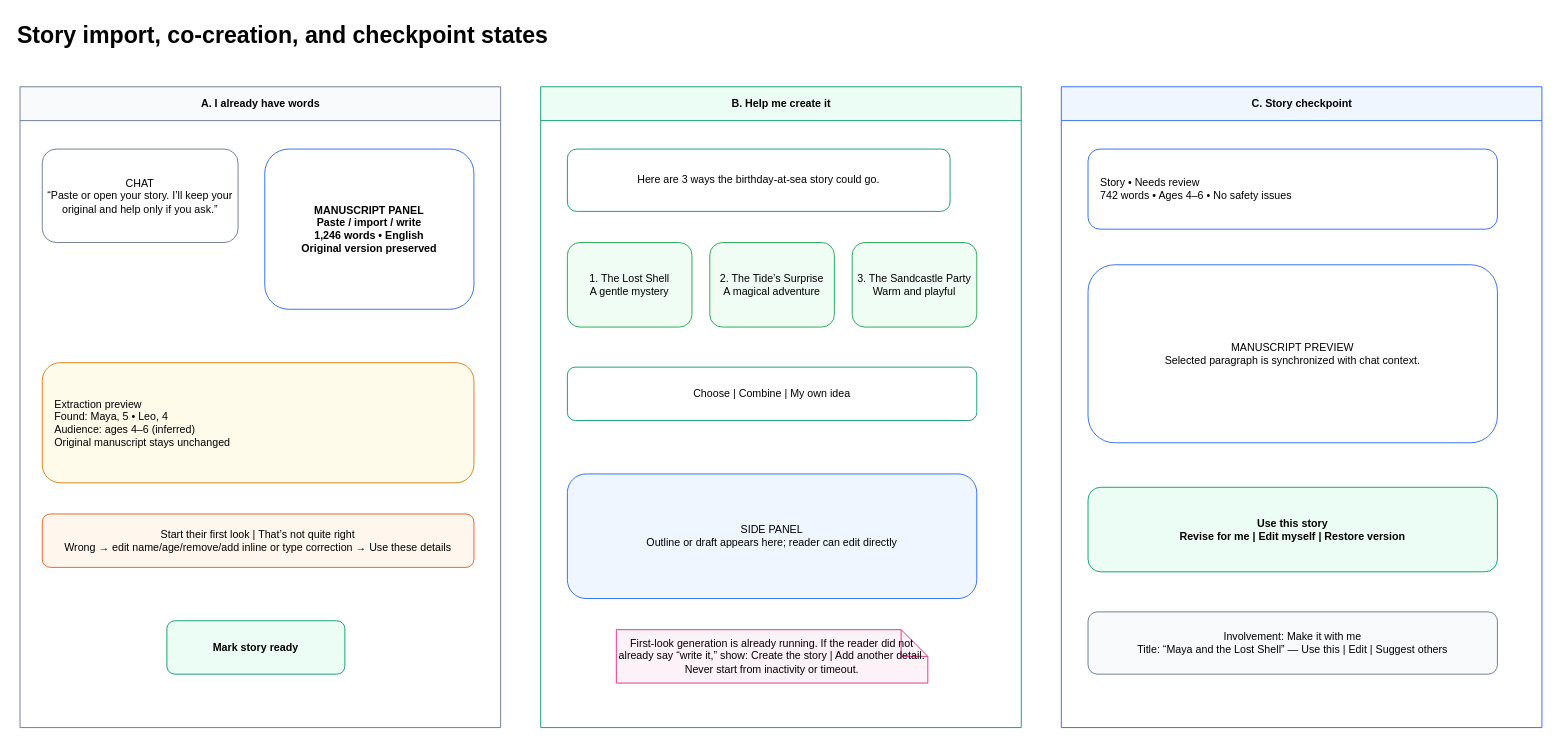
HutzelFutzel/childbooks keeps this draw.io diagram as page "2. Story states" (3 of 12) of docs/STUDIO-GUIDE-UI-STATES.drawio. Above is the earlier version. Source tidied: cells renumbered, new cells numbered last; positions are measured from the earlier drawing's top-left corner, leaving out a move shared by most shapes. Both pictures are drawn from the tidied source at 89%, with x=0, y=0 at pixel (15, 15).
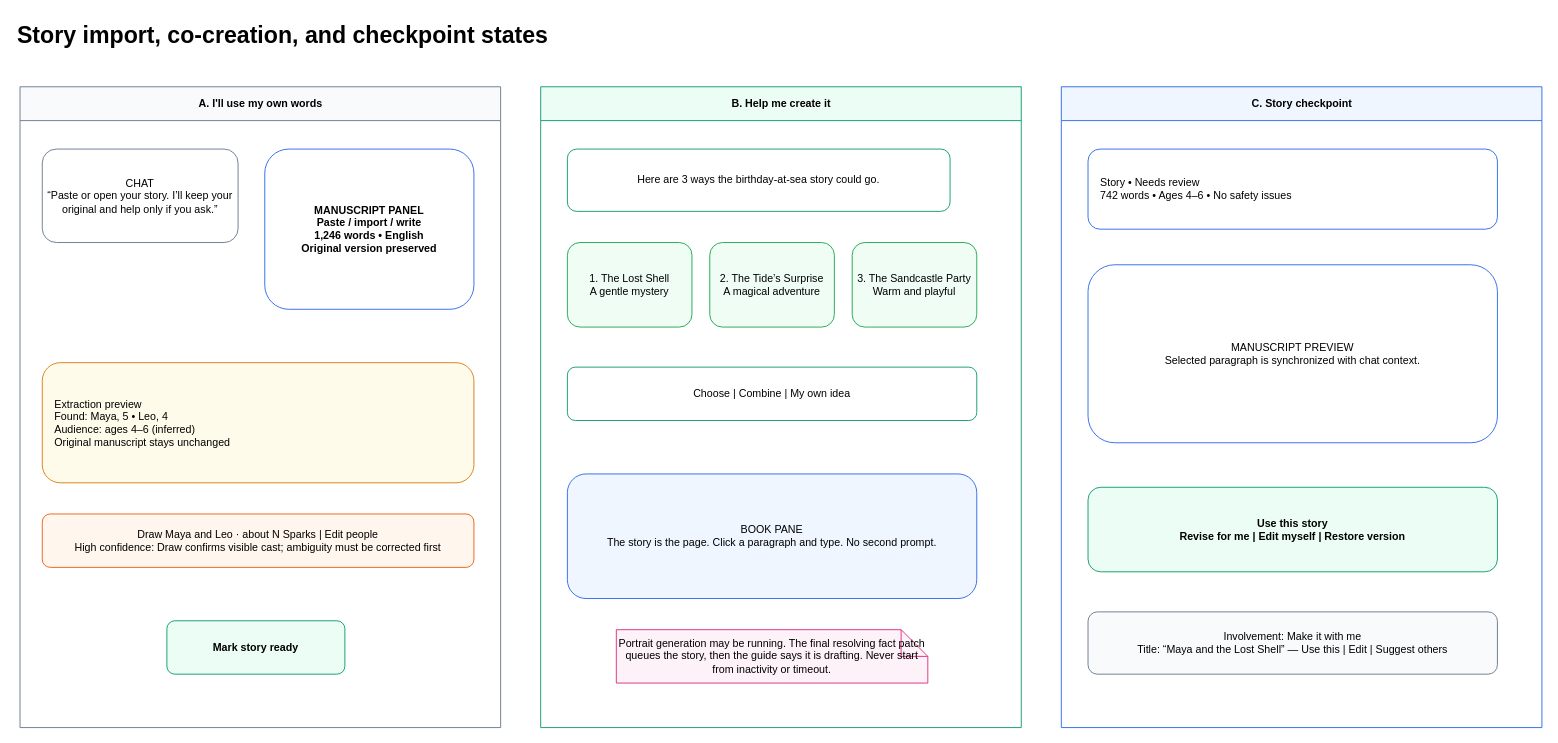
After the change.

Unchanged cells that the change refers to:
```xml
<mxCell id="9" value="B. Help me create it" style="swimlane;html=1;startSize=38;fillColor=#ECFDF5;strokeColor=#059669;fontStyle=1;" parent="1" vertex="1">
  <mxGeometry x="590" y="80" width="540" height="720" as="geometry" />
</mxCell>
```

What changed in the source:
```diff
@@
-    <mxCell id="3" value="A. I already have words" style="swimlane;html=1;startSize=38;fillColor=#F8FAFC;strokeColor=#64748B;fontStyle=1;" parent="1" vertex="1">
+    <mxCell id="3" value="A. I'll use my own words" style="swimlane;html=1;startSize=38;fillColor=#F8FAFC;strokeColor=#64748B;fontStyle=1;" parent="1" vertex="1">
       <mxGeometry x="5" y="80" width="540" height="720" as="geometry" />
     </mxCell>
@@
-    <mxCell id="7" value="Start their first look  |  That’s not quite right&#10;Wrong → edit name/age/remove/add inline or type correction → Use these details" style="rounded=1;whiteSpace=wrap;html=1;fillColor=#FFF7ED;strokeColor=#EA580C;" parent="3" vertex="1">
+    <mxCell id="7" value="Draw Maya and Leo · about N Sparks  |  Edit people&#10;High confidence: Draw confirms visible cast; ambiguity must be corrected first" style="rounded=1;whiteSpace=wrap;html=1;fillColor=#FFF7ED;strokeColor=#EA580C;" parent="3" vertex="1">
       <mxGeometry x="25" y="480" width="485" height="60" as="geometry" />
     </mxCell>
@@
-    <mxCell id="15" value="SIDE PANEL&#10;Outline or draft appears here; reader can edit directly" style="rounded=1;whiteSpace=wrap;html=1;fillColor=#EFF6FF;strokeColor=#2563EB;" parent="9" vertex="1">
+    <mxCell id="15" value="BOOK PANE&#10;The story is the page. Click a paragraph and type. No second prompt." style="rounded=1;whiteSpace=wrap;html=1;fillColor=#EFF6FF;strokeColor=#2563EB;" parent="9" vertex="1">
       <mxGeometry x="30" y="435" width="460" height="140" as="geometry" />
     </mxCell>
-    <mxCell id="16" value="First-look generation is already running. If the reader did not already say “write it,” show: Create the story | Add another detail. Never start from inactivity or timeout." style="shape=note;whiteSpace=wrap;html=1;fillColor=#FDF2F8;strokeColor=#DB2777;" parent="9" vertex="1">
+    <mxCell id="16" value="Portrait generation may be running. The final resolving fact patch queues the story, then the guide says it is drafting. Never start from inactivity or timeout." style="shape=note;whiteSpace=wrap;html=1;fillColor=#FDF2F8;strokeColor=#DB2777;" parent="9" vertex="1">
       <mxGeometry x="85" y="610" width="350" height="60" as="geometry" />
     </mxCell>
```
